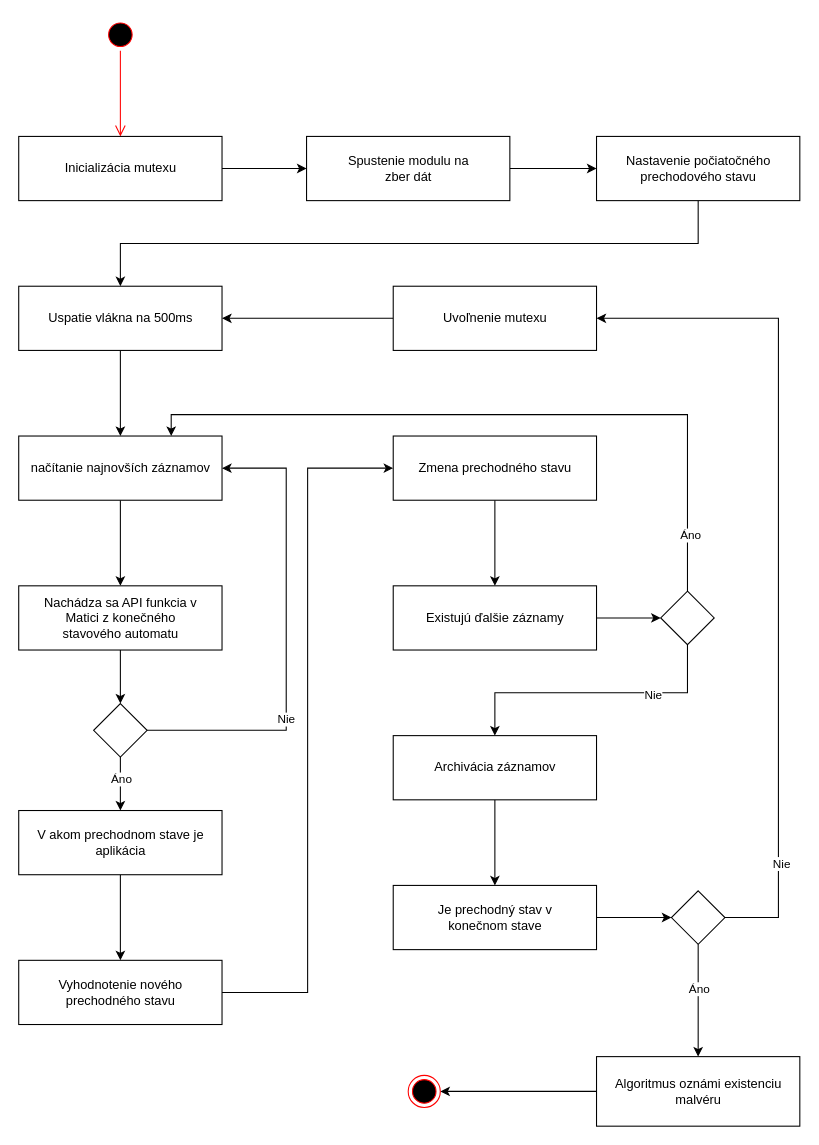
This is img/uml diagram.drawio from Artanis321/Bakalarka, a draw.io file, before an edit. Source tidied: cells renumbered, new cells numbered last; positions are measured from the earlier drawing's top-left corner, leaving out a move shared by most shapes. Both pictures are drawn from the tidied source at 107%, with x=0, y=0 at pixel (18, 18).
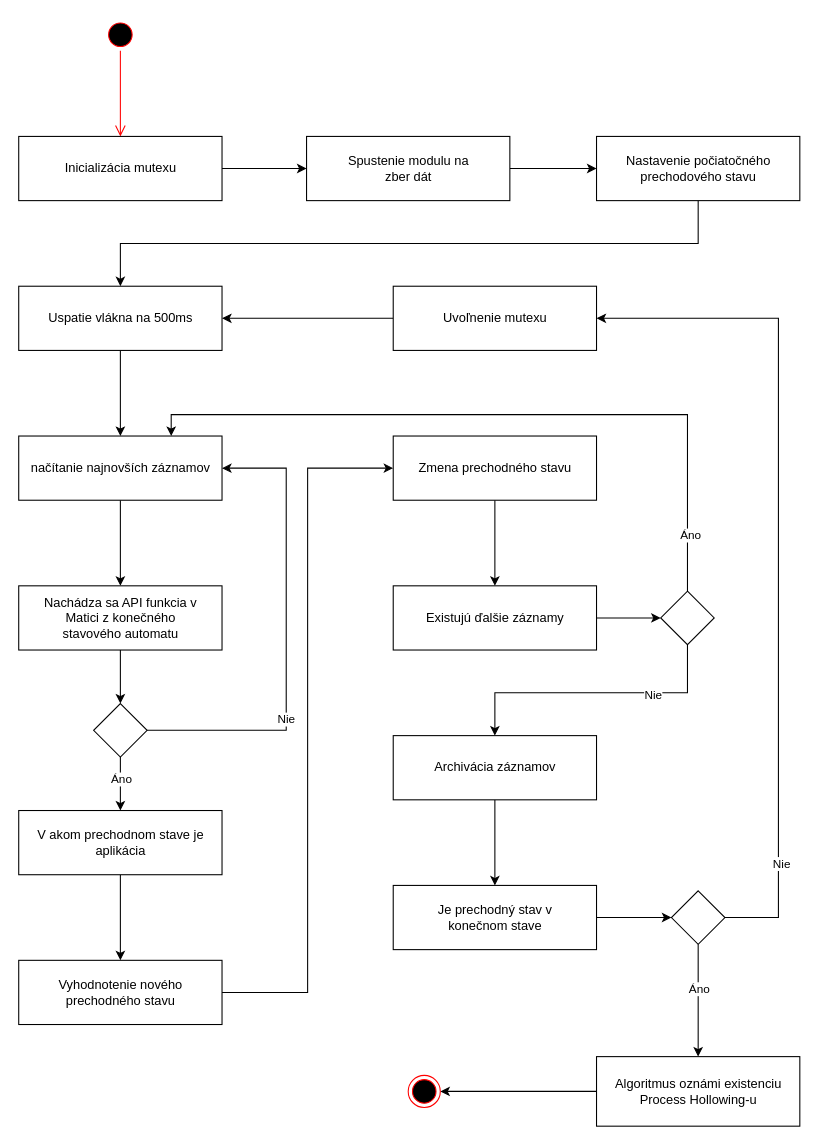
The same page after the edit.

The edit, as a diff of the source:
```diff
@@
-    <mxCell id="46" value="Algoritmus oznámi existenciu&lt;br&gt;malvéru" style="html=1;" parent="1" vertex="1">
+    <mxCell id="46" value="Algoritmus oznámi existenciu&lt;br&gt;Process Hollowing-u" style="html=1;" parent="1" vertex="1">
       <mxGeometry x="540" y="970" width="190" height="65" as="geometry" />
     </mxCell>
```
